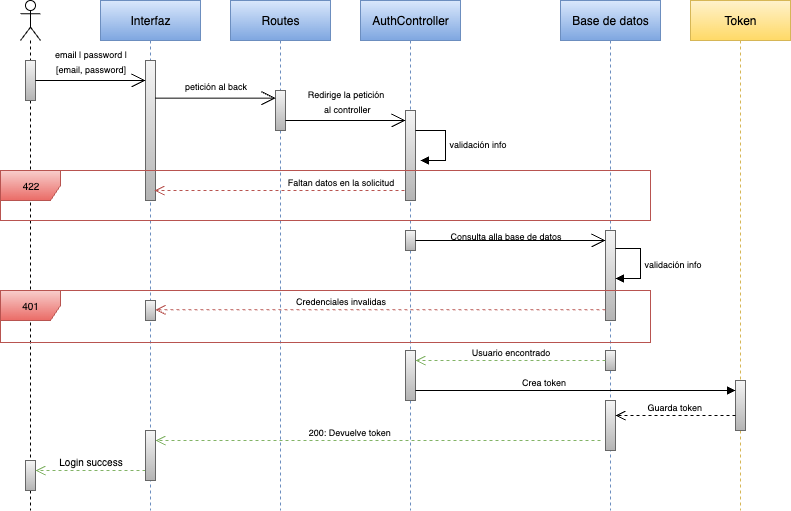
Earlier version of the draw.io export docs/diagrama_secuencia_login.png (donatomarino/restaurantsapi-front). Source tidied: cells renumbered, new cells last; positions are measured from the earlier drawing's top-left corner, leaving out a move shared by most shapes.
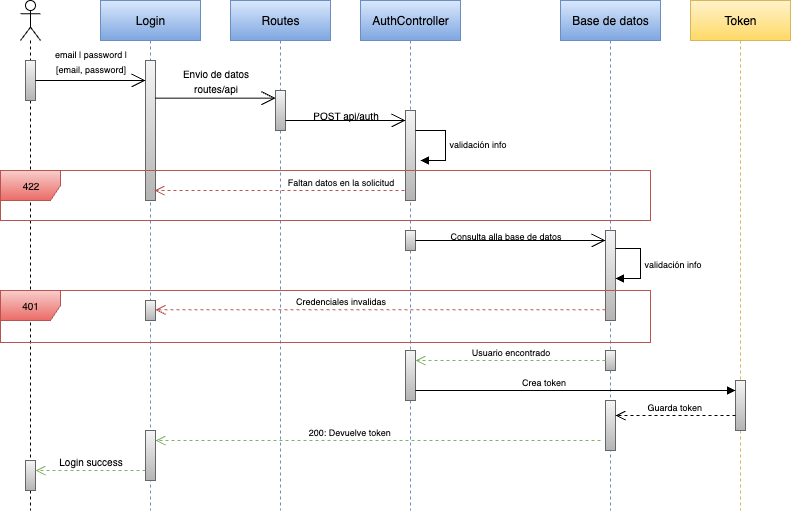
After the commit.

Commit message:
add rate limiting login

Change to the diagram source:
```diff
@@ -11,7 +11,7 @@
     <mxCell id="4" style="html=1;perimeter=orthogonalPerimeter;targetShapes=umlLifeline;newEdgeStyle={&quot;curved&quot;:0,&quot;rounded&quot;:0};fillColor=#f5f5f5;strokeColor=#666666;gradientColor=#b3b3b3;" parent="2" vertex="1">
       <mxGeometry x="5" y="460" width="10" height="30" as="geometry" />
     </mxCell>
-    <mxCell id="5" value="Interfaz" style="shape=umlLifeline;perimeter=lifelinePerimeter;whiteSpace=wrap;html=1;outlineConnect=0;portConstraint=eastwest;newEdgeStyle={&quot;curved&quot;:0,&quot;rounded&quot;:0};fillColor=#dae8fc;strokeColor=#6c8ebf;gradientColor=#7ea6e0;" parent="1" vertex="1">
+    <mxCell id="5" value="Login" style="shape=umlLifeline;perimeter=lifelinePerimeter;whiteSpace=wrap;html=1;outlineConnect=0;portConstraint=eastwest;newEdgeStyle={&quot;curved&quot;:0,&quot;rounded&quot;:0};fillColor=#dae8fc;strokeColor=#6c8ebf;gradientColor=#7ea6e0;" parent="1" vertex="1">
       <mxGeometry x="100" width="100" height="510" as="geometry" />
     </mxCell>
     <mxCell id="6" style="html=1;points=[[0,0,0,0,5],[0,1,0,0,-5],[1,0,0,0,5],[1,1,0,0,-5]];perimeter=orthogonalPerimeter;outlineConnect=0;targetShapes=umlLifeline;portConstraint=eastwest;newEdgeStyle={&quot;curved&quot;:0,&quot;rounded&quot;:0};fillColor=#f5f5f5;strokeColor=#666666;gradientColor=#b3b3b3;" parent="5" vertex="1">
@@ -73,8 +73,8 @@
     <mxCell id="21" value="&lt;font style=&quot;font-size: 9px;&quot;&gt;email | password |&lt;/font&gt;&lt;div&gt;&lt;font style=&quot;font-size: 9px;&quot;&gt;[email, password]&lt;/font&gt;&lt;/div&gt;" style="text;html=1;align=center;verticalAlign=middle;strokeColor=none;fillColor=none;" parent="1" vertex="1">
       <mxGeometry x="40" y="40" width="100" height="40" as="geometry" />
     </mxCell>
-    <mxCell id="22" value="&lt;font style=&quot;font-size: 9px;&quot;&gt;petición al back&lt;/font&gt;" style="text;html=1;align=center;verticalAlign=middle;strokeColor=none;fillColor=none;" parent="1" vertex="1">
-      <mxGeometry x="170" y="70" width="90" height="30" as="geometry" />
+    <mxCell id="22" value="&lt;font size=&quot;1&quot;&gt;Envio de datos&lt;/font&gt;&lt;div&gt;&lt;font size=&quot;1&quot;&gt;routes/api&lt;/font&gt;&lt;/div&gt;" style="text;html=1;align=center;verticalAlign=middle;strokeColor=none;fillColor=none;" parent="1" vertex="1">
+      <mxGeometry x="170" y="60" width="90" height="40" as="geometry" />
     </mxCell>
     <mxCell id="23" style="endArrow=open;endFill=1;endSize=12;html=1;rounded=0;" parent="1" edge="1">
       <mxGeometry relative="1" as="geometry">
@@ -90,8 +90,8 @@
         </Array>
       </mxGeometry>
     </mxCell>
-    <mxCell id="25" value="&lt;font style=&quot;font-size: 9px;&quot;&gt;Redirige la petición&lt;/font&gt;&lt;div&gt;&lt;font style=&quot;font-size: 9px;&quot;&gt;&amp;nbsp;al controller&lt;/font&gt;&lt;/div&gt;" style="text;html=1;align=center;verticalAlign=middle;strokeColor=none;fillColor=none;" parent="1" vertex="1">
-      <mxGeometry x="295" y="80" width="100" height="40" as="geometry" />
+    <mxCell id="25" value="&lt;font size=&quot;1&quot;&gt;POST api/auth&lt;/font&gt;" style="text;html=1;align=center;verticalAlign=middle;strokeColor=none;fillColor=none;" parent="1" vertex="1">
+      <mxGeometry x="300" y="100" width="90" height="30" as="geometry" />
     </mxCell>
     <mxCell id="26" style="shape=umlFrame;whiteSpace=wrap;html=1;fillColor=#f8cecc;strokeColor=#b85450;gradientColor=#ea6b66;" parent="1" vertex="1">
       <mxGeometry y="170" width="650" height="50" as="geometry" />
```
